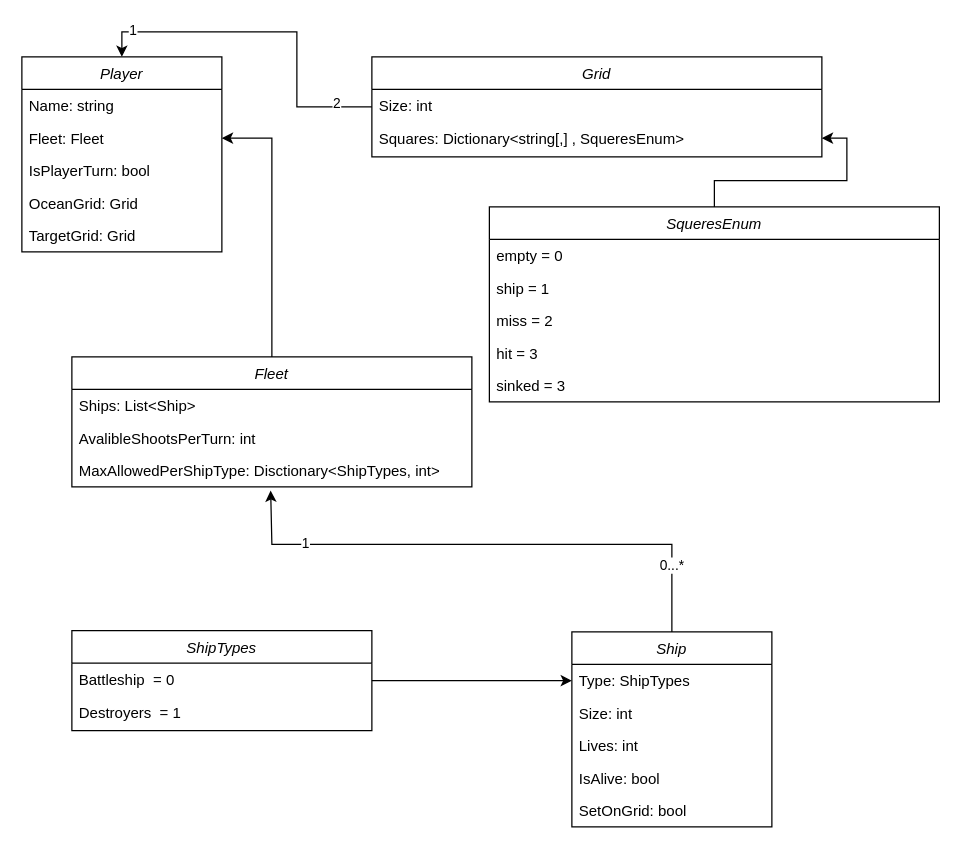
Earlier version of the draw.io diagram Diagrams/BattleShipsClassDiagram.drawio (JaroszKamil/Battleships). Source tidied: cells renumbered, new cells numbered last; positions are measured from the earlier drawing's top-left corner, leaving out a move shared by most shapes. Both pictures are drawn from the tidied source at 125%, with x=0, y=0 at pixel (21, 56).
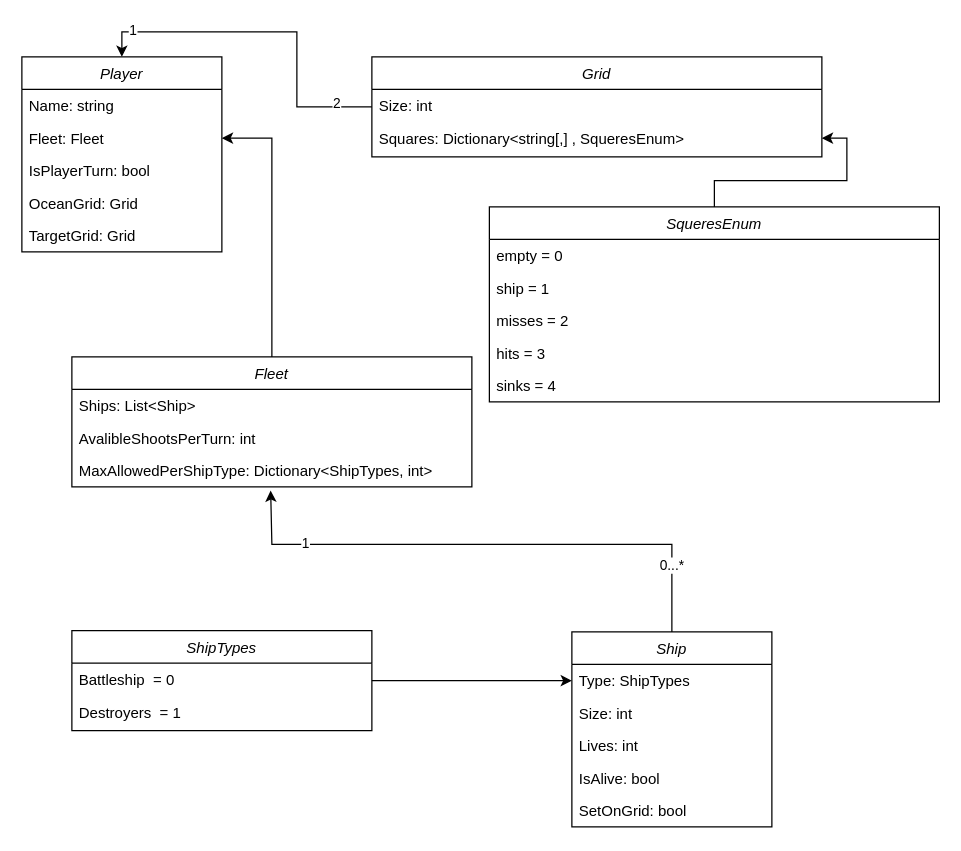
Above is the later version.

Unchanged cells that the change refers to:
```xml
<mxCell id="24" value="Fleet" style="swimlane;fontStyle=2;align=center;verticalAlign=top;horizontal=1;startSize=26;rounded=0;shadow=0;strokeWidth=1;" parent="1" vertex="1">
  <mxGeometry x="40" y="240" width="320" height="104" as="geometry" />
</mxCell>
<mxCell id="29" value="SqueresEnum" style="swimlane;fontStyle=2;align=center;verticalAlign=top;horizontal=1;startSize=26;rounded=0;shadow=0;strokeWidth=1;" parent="1" vertex="1">
  <mxGeometry x="374" y="120" width="360" height="156" as="geometry" />
</mxCell>
```

The edit, as a diff of the source:
```diff
@@
-    <mxCell id="27" value="MaxAllowedPerShipType: Disctionary&lt;ShipTypes, int&gt;" style="text;align=left;verticalAlign=top;spacingLeft=4;spacingRight=4;overflow=hidden;points=[[0,0.5],[1,0.5]];portConstraint=eastwest;rounded=0;shadow=0;html=0;" parent="24" vertex="1">
+    <mxCell id="27" value="MaxAllowedPerShipType: Dictionary&lt;ShipTypes, int&gt;" style="text;align=left;verticalAlign=top;spacingLeft=4;spacingRight=4;overflow=hidden;points=[[0,0.5],[1,0.5]];portConstraint=eastwest;rounded=0;shadow=0;html=0;" parent="24" vertex="1">
       <mxGeometry y="78" width="320" height="26" as="geometry" />
     </mxCell>
@@
-    <mxCell id="32" value="miss = 2&#10;" style="text;align=left;verticalAlign=top;spacingLeft=4;spacingRight=4;overflow=hidden;" parent="29" vertex="1">
+    <mxCell id="32" value="misses = 2&#10;" style="text;align=left;verticalAlign=top;spacingLeft=4;spacingRight=4;overflow=hidden;" parent="29" vertex="1">
       <mxGeometry y="78" width="360" height="26" as="geometry" />
     </mxCell>
-    <mxCell id="33" value="hit = 3&#10;" style="text;align=left;verticalAlign=top;spacingLeft=4;spacingRight=4;overflow=hidden;" parent="29" vertex="1">
+    <mxCell id="33" value="hits = 3&#10;" style="text;align=left;verticalAlign=top;spacingLeft=4;spacingRight=4;overflow=hidden;" parent="29" vertex="1">
       <mxGeometry y="104" width="360" height="26" as="geometry" />
     </mxCell>
-    <mxCell id="34" value="sinked = 3&#10;" style="text;align=left;verticalAlign=top;spacingLeft=4;spacingRight=4;overflow=hidden;" parent="29" vertex="1">
+    <mxCell id="34" value="sinks = 4&#10;" style="text;align=left;verticalAlign=top;spacingLeft=4;spacingRight=4;overflow=hidden;" parent="29" vertex="1">
       <mxGeometry y="130" width="360" height="26" as="geometry" />
     </mxCell>
```
